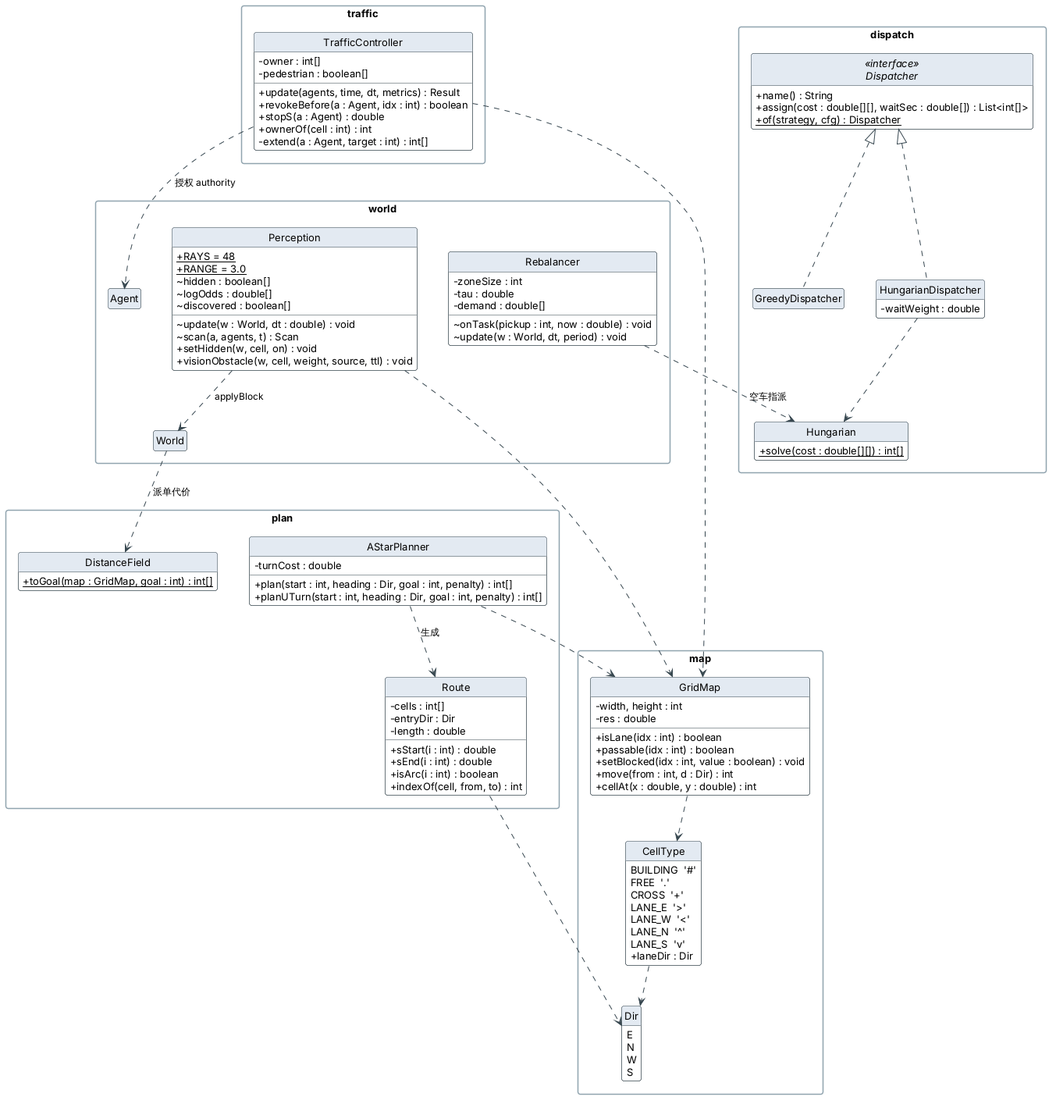
Earlier version of the PlantUML export docs/images/uml/class-algo.png (fuzeliang1/ZongC). Source of this version:
```plantuml
@startuml class-algo
!include _style.iuml

package "plan" {
  class AStarPlanner {
    - turnCost : double
    + plan(start : int, heading : Dir, goal : int, penalty) : int[]
    + planUTurn(start : int, heading : Dir, goal : int, penalty) : int[]
  }
  class Route {
    - cells : int[]
    - entryDir : Dir
    - length : double
    + sStart(i : int) : double
    + sEnd(i : int) : double
    + isArc(i : int) : boolean
    + indexOf(cell, from, to) : int
  }
  class DistanceField {
    + {static} toGoal(map : GridMap, goal : int) : int[]
  }
}

package "traffic" {
  class TrafficController {
    - owner : int[]
    - pedestrian : boolean[]
    + update(agents, time, dt, metrics) : Result
    + revokeBefore(a : Agent, idx : int) : boolean
    + stopS(a : Agent) : double
    + ownerOf(cell : int) : int
    - extend(a : Agent, target : int) : int[]
  }
}

package "dispatch" {
  interface Dispatcher <<interface>> {
    + name() : String
    + assign(cost : double[][], waitSec : double[]) : List<int[]>
    + {static} of(strategy, cfg) : Dispatcher
  }
  class GreedyDispatcher
  class HungarianDispatcher {
    - waitWeight : double
  }
  class Hungarian {
    + {static} solve(cost : double[][]) : int[]
  }
}

package "map" {
  class GridMap {
    - width, height : int
    - res : double
    + isLane(idx : int) : boolean
    + passable(idx : int) : boolean
    + setBlocked(idx : int, value : boolean) : void
    + move(from : int, d : Dir) : int
    + cellAt(x : double, y : double) : int
  }
  enum CellType {
    BUILDING  '#'
    FREE  '.'
    CROSS  '+'
    LANE_E  '>'
    LANE_W  '<'
    LANE_N  '^'
    LANE_S  'v'
    + laneDir : Dir
  }
  enum Dir {
    E
    N
    W
    S
  }
}

package "world" {
  class Perception {
    + {static} RAYS = 48
    + {static} RANGE = 3.0
    ~ hidden : boolean[]
    ~ logOdds : double[]
    ~ discovered : boolean[]
    ~ update(w : World, dt : double) : void
    ~ scan(a, agents, t) : Scan
    + setHidden(w, cell, on) : void
    + visionObstacle(w, cell, weight, source, ttl) : void
  }
  class Rebalancer {
    - zoneSize : int
    - tau : double
    - demand : double[]
    ~ onTask(pickup : int, now : double) : void
    ~ update(w : World, dt, period) : void
  }
  class World
  class Agent
}
hide World members
hide Agent members

Dispatcher <|.. GreedyDispatcher
Dispatcher <|.. HungarianDispatcher
HungarianDispatcher ..> Hungarian
Rebalancer ..> Hungarian : 空车指派
World ..> DistanceField : 派单代价
AStarPlanner ..> GridMap
AStarPlanner ..> Route : 生成
TrafficController ..> GridMap
TrafficController ..> Agent : 授权 authority
Perception ..> GridMap
Perception ..> World : applyBlock
GridMap ..> CellType
CellType ..> Dir
Route ..> Dir
@enduml
```
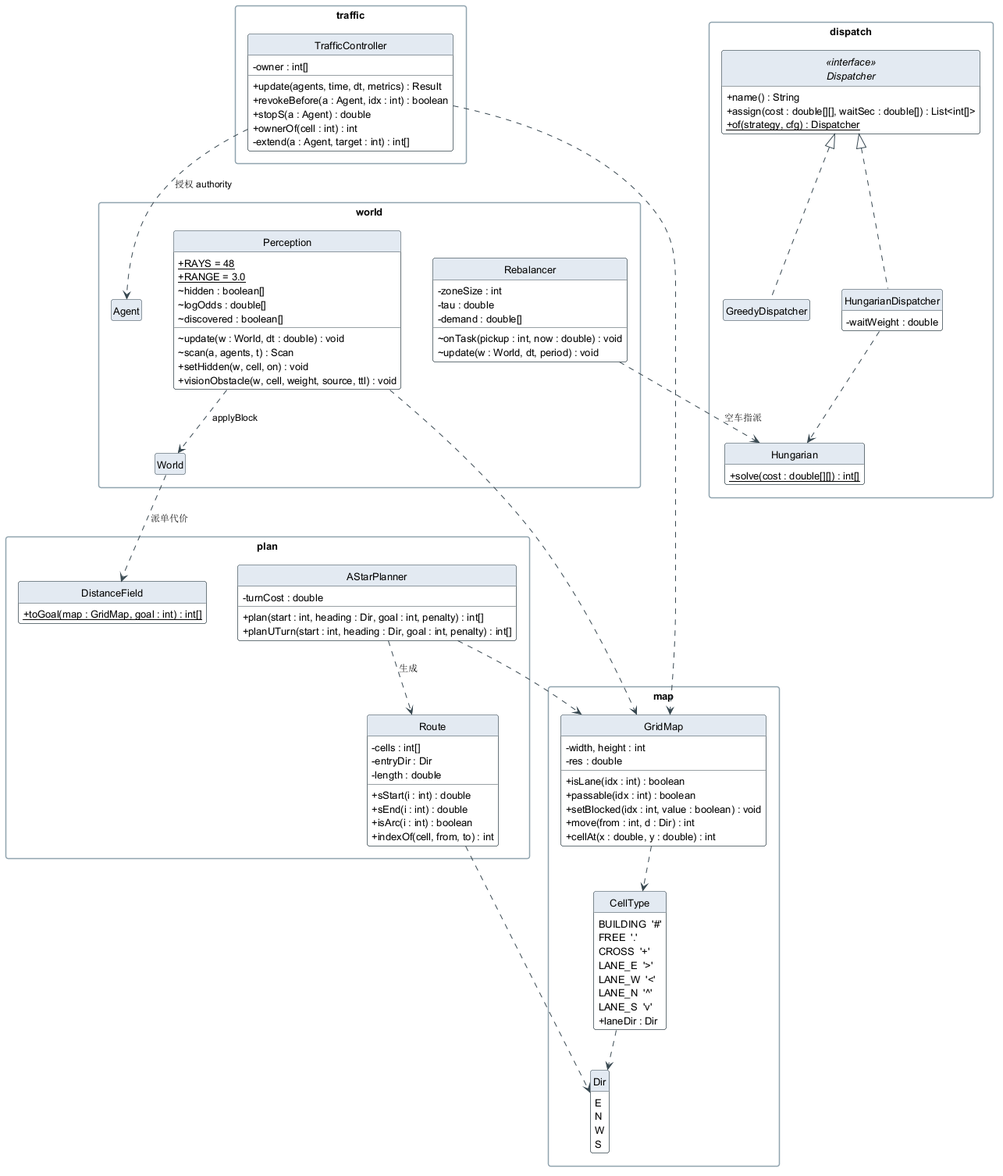
After the commit.

What changed in the source:
```diff
@@ -24,7 +24,6 @@
 package "traffic" {
   class TrafficController {
     - owner : int[]
-    - pedestrian : boolean[]
     + update(agents, time, dt, metrics) : Result
     + revokeBefore(a : Agent, idx : int) : boolean
     + stopS(a : Agent) : double
```
